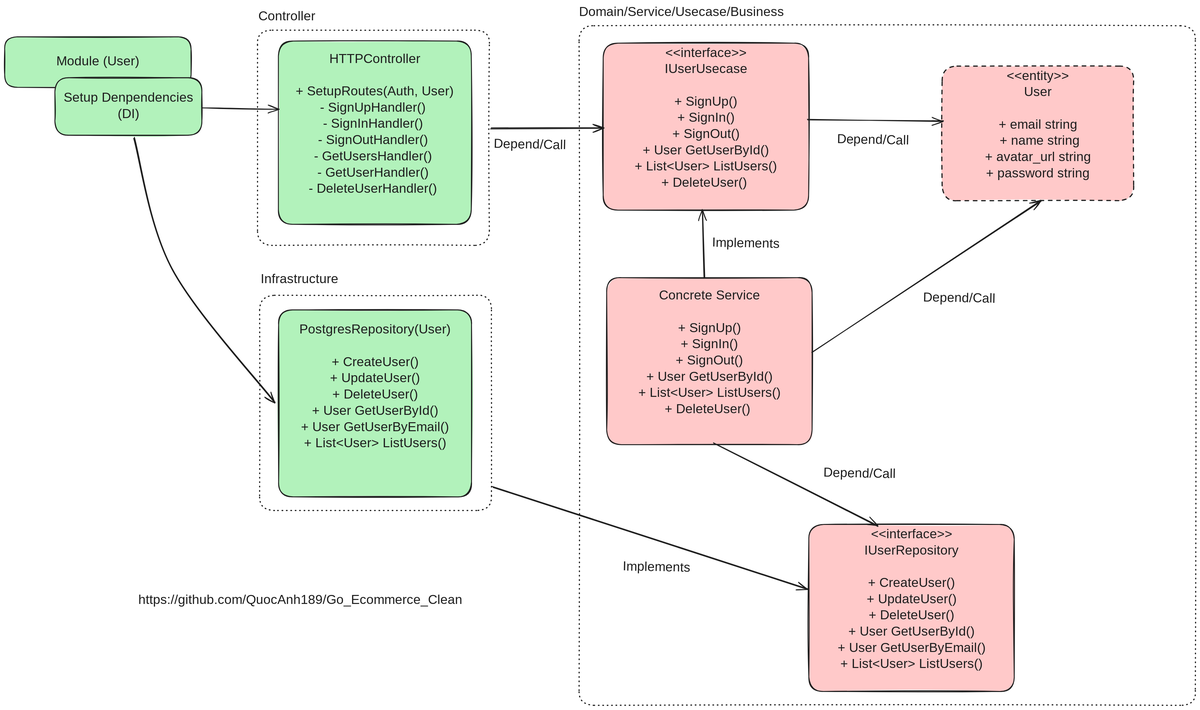
Earlier version of the Excalidraw export docs/static/user_module.excalidraw.svg (zofiyacodes/ecommerce-react). Source tidied: one line per element, renumbered; positions are measured from the earlier drawing's top-left corner, leaving out a move shared by most shapes.
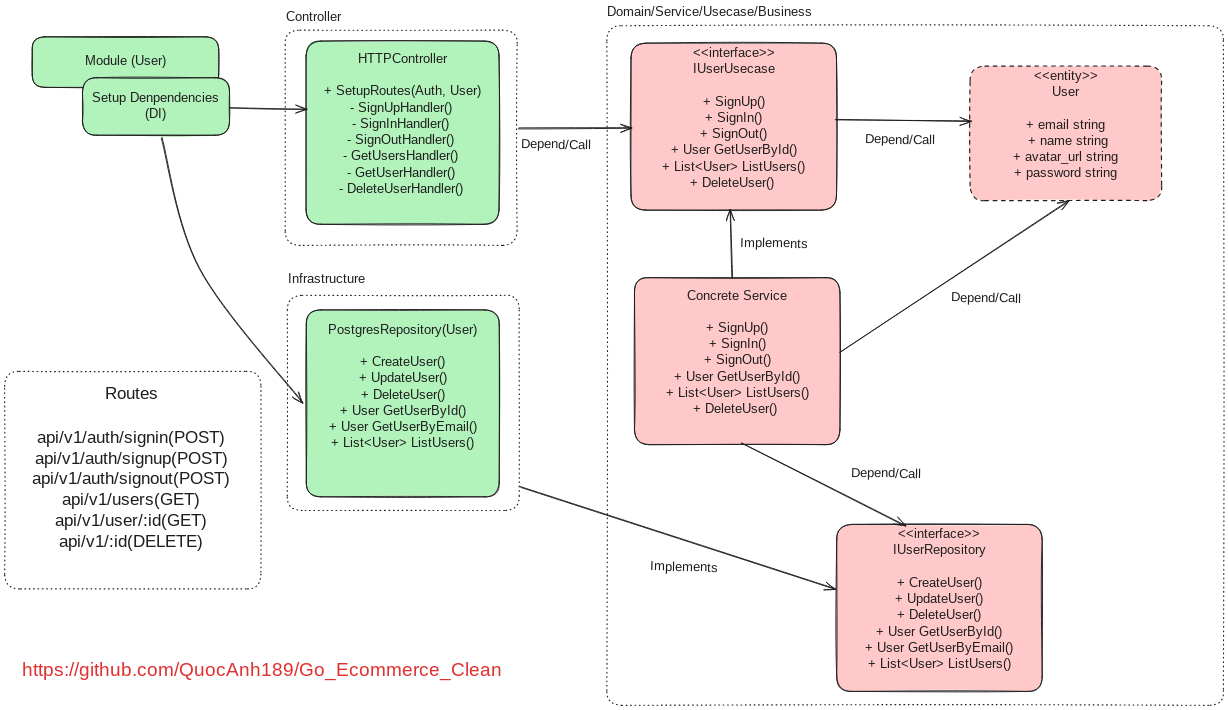
After the commit.

What changed in the source:
```diff
@@ -34,4 +34,7 @@
 {"id": 33, "type": "text", "text": "Depend/Call", "strokeColor": "#1e1e1e", "angle": 0.02, "strokeWidth": 2, "strokeStyle": "dashed", "roughness": 1, "fontSize": 28, "fontFamily": 5, "x": 1055, "y": 286, "width": 216, "height": 35}
 {"id": 34, "type": "arrow", "strokeColor": "#1e1e1e", "backgroundColor": "#ffc9c9", "fillStyle": "solid", "strokeWidth": 2, "roughness": 1, "endArrowhead": "arrow", "from": 2, "to": 6, "x": 426, "y": 222, "width": 166, "height": 3, "points": [[0, 0], [166, 3]]}
 {"id": 35, "type": "arrow", "strokeColor": "#1e1e1e", "backgroundColor": "#ffc9c9", "fillStyle": "solid", "strokeWidth": 2, "roughness": 1, "endArrowhead": "arrow", "round": true, "from": 2, "to": 8, "x": 280, "y": 287, "width": 303, "height": 570, "points": [[0, 0], [80, 282], [303, 570]]}
-{"id": 36, "type": "text", "text": "https://github.com/QuocAnh189/Go_Ecommerce_Clean", "strokeColor": "#1e1e1e", "strokeWidth": 2, "strokeStyle": "dashed", "roughness": 1, "fontSize": 28, "fontFamily": 5, "x": 288, "y": 1267, "width": 758, "height": 35}
+{"id": 36, "type": "text", "text": "https://github.com/QuocAnh189/Go_Ecommerce_Clean", "strokeColor": "#e03131", "strokeWidth": 2, "strokeStyle": "dashed", "roughness": 1, "fontSize": 40.95, "fontFamily": 5, "x": -22, "y": 1412, "width": 1109, "height": 51}
+{"id": 37, "type": "rectangle", "strokeColor": "#1e1e1e", "strokeWidth": 2, "strokeStyle": "dotted", "roughness": 1, "round": true, "x": -60, "y": 790, "width": 553, "height": 469}
+{"id": 38, "type": "text", "text": "api/v1/auth/signin(POST)\napi/v1/auth/signup(POST)\napi/v1/auth/signout(POST)\napi/v1/users(GET)\napi/v1/user/:id(GET)\napi/v1/:id(DELETE)\n", "strokeColor": "#1e1e1e", "backgroundColor": "#ffc9c9", "fillStyle": "solid", "strokeWidth": 2, "roughness": 1, "fontSize": 36, "fontFamily": 5, "textAlign": "center", "x": -31, "y": 912, "width": 488, "height": 315}
+{"id": 39, "type": "text", "text": "Routes", "strokeColor": "#1e1e1e", "backgroundColor": "#ffc9c9", "fillStyle": "solid", "strokeWidth": 2, "roughness": 1, "fontSize": 36, "fontFamily": 5, "textAlign": "center", "x": 150, "y": 819, "width": 127, "height": 45}
```
